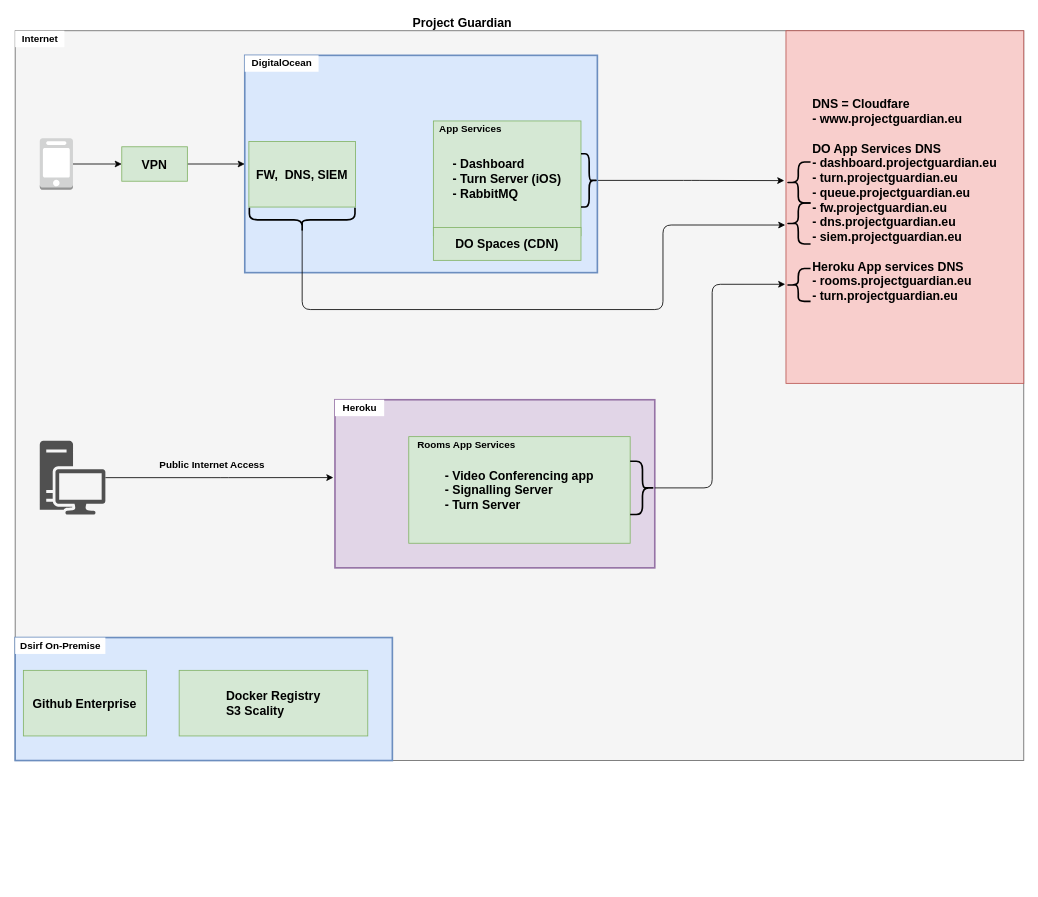
Above: project-guardian.drawio in Enekui/draw (draw.io), before the change. Source tidied: cells renumbered, new cells numbered last; positions are measured from the earlier drawing's top-left corner, leaving out a move shared by most shapes. Both pictures are drawn from the tidied source at 82%, with x=0, y=0 at pixel (15, 14).
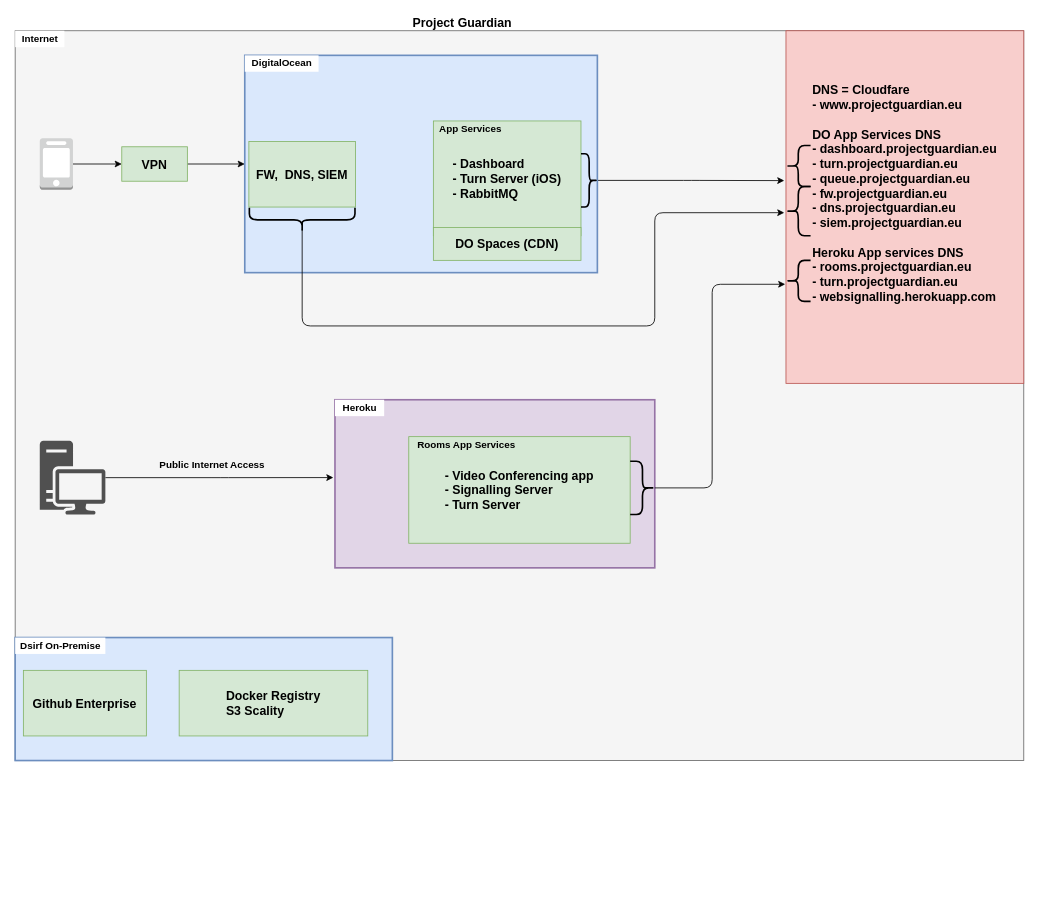
The same diagram, later.

Commit message:
add signalling server dns

Unchanged cells that the change refers to:
```xml
<mxCell id="37" style="shape=curlyBracket;whiteSpace=wrap;html=1;rounded=1;strokeWidth=2;fillColor=#ffffff;rotation=-90;" parent="28" vertex="1">
  <mxGeometry x="55.3" y="136.2" width="29.4" height="128.8" as="geometry" />
</mxCell>
```

Diff of the diagram source:
```diff
@@
-    <mxCell id="18" value="&lt;div style=&quot;text-align: justify&quot;&gt;&lt;b&gt;&lt;font style=&quot;font-size: 15px&quot;&gt;DNS = Cloudfare&lt;/font&gt;&lt;/b&gt;&lt;/div&gt;&lt;div style=&quot;text-align: justify&quot;&gt;&lt;b&gt;&lt;font&gt;&lt;span style=&quot;font-size: 15px&quot;&gt;- www.projectguardian.eu&lt;/span&gt;&lt;/font&gt;&lt;/b&gt;&lt;/div&gt;&lt;div style=&quot;text-align: justify&quot;&gt;&lt;b&gt;&lt;font&gt;&lt;span style=&quot;font-size: 15px&quot;&gt;&lt;br&gt;&lt;/span&gt;&lt;/font&gt;&lt;/b&gt;&lt;/div&gt;&lt;div style=&quot;text-align: justify&quot;&gt;&lt;b&gt;&lt;font&gt;&lt;span style=&quot;font-size: 15px&quot;&gt;DO App Services DNS&lt;/span&gt;&lt;/font&gt;&lt;/b&gt;&lt;/div&gt;&lt;div style=&quot;text-align: justify&quot;&gt;&lt;b&gt;&lt;font&gt;&lt;span style=&quot;font-size: 15px&quot;&gt;- dashboard.projectguardian.eu&lt;/span&gt;&lt;/font&gt;&lt;/b&gt;&lt;/div&gt;&lt;div style=&quot;text-align: justify&quot;&gt;&lt;div&gt;&lt;b&gt;&lt;span style=&quot;font-size: 15px&quot;&gt;- turn.projectguardian.eu&lt;/span&gt;&lt;/b&gt;&lt;/div&gt;&lt;/div&gt;&lt;div style=&quot;text-align: justify&quot;&gt;&lt;b&gt;&lt;font&gt;&lt;span style=&quot;font-size: 15px&quot;&gt;- queue.projectguardian.eu&lt;/span&gt;&lt;/font&gt;&lt;/b&gt;&lt;/div&gt;&lt;div style=&quot;text-align: justify&quot;&gt;&lt;b style=&quot;font-size: 15px&quot;&gt;- fw.projectguardian.eu&lt;/b&gt;&lt;br&gt;&lt;/div&gt;&lt;div style=&quot;text-align: justify&quot;&gt;&lt;span style=&quot;font-size: 15px&quot;&gt;&lt;b&gt;- dns.projectguardian.eu&lt;/b&gt;&lt;/span&gt;&lt;/div&gt;&lt;div style=&quot;text-align: justify&quot;&gt;&lt;span style=&quot;font-size: 15px&quot;&gt;&lt;b&gt;- siem.projectguardian.eu&lt;/b&gt;&lt;/span&gt;&lt;/div&gt;&lt;div style=&quot;text-align: justify&quot;&gt;&lt;b&gt;&lt;font&gt;&lt;span style=&quot;font-size: 15px&quot;&gt;&lt;br&gt;&lt;/span&gt;&lt;/font&gt;&lt;/b&gt;&lt;/div&gt;&lt;div style=&quot;text-align: justify&quot;&gt;&lt;b&gt;&lt;font&gt;&lt;span style=&quot;font-size: 15px&quot;&gt;Heroku App services DNS&lt;/span&gt;&lt;/font&gt;&lt;/b&gt;&lt;/div&gt;&lt;div style=&quot;text-align: justify&quot;&gt;&lt;b&gt;&lt;font&gt;&lt;span style=&quot;font-size: 15px&quot;&gt;- rooms.projectguardian.eu&lt;/span&gt;&lt;/font&gt;&lt;/b&gt;&lt;/div&gt;&lt;div style=&quot;text-align: justify&quot;&gt;&lt;div&gt;&lt;b&gt;&lt;span style=&quot;font-size: 15px&quot;&gt;- turn.projectguardian.eu&lt;/span&gt;&lt;/b&gt;&lt;/div&gt;&lt;div&gt;&lt;b&gt;&lt;span style=&quot;font-size: 15px&quot;&gt;&lt;br&gt;&lt;/span&gt;&lt;/b&gt;&lt;/div&gt;&lt;/div&gt;" style="whiteSpace=wrap;html=1;fillColor=#f8cecc;strokeColor=#b85450;" parent="1" vertex="1">
+    <mxCell id="18" value="&lt;div style=&quot;text-align: justify&quot;&gt;&lt;b&gt;&lt;font style=&quot;font-size: 15px&quot;&gt;DNS = Cloudfare&lt;/font&gt;&lt;/b&gt;&lt;/div&gt;&lt;div style=&quot;text-align: justify&quot;&gt;&lt;b&gt;&lt;font&gt;&lt;span style=&quot;font-size: 15px&quot;&gt;- www.projectguardian.eu&lt;/span&gt;&lt;/font&gt;&lt;/b&gt;&lt;/div&gt;&lt;div style=&quot;text-align: justify&quot;&gt;&lt;b&gt;&lt;font&gt;&lt;span style=&quot;font-size: 15px&quot;&gt;&lt;br&gt;&lt;/span&gt;&lt;/font&gt;&lt;/b&gt;&lt;/div&gt;&lt;div style=&quot;text-align: justify&quot;&gt;&lt;b&gt;&lt;font&gt;&lt;span style=&quot;font-size: 15px&quot;&gt;DO App Services DNS&lt;/span&gt;&lt;/font&gt;&lt;/b&gt;&lt;/div&gt;&lt;div style=&quot;text-align: justify&quot;&gt;&lt;b&gt;&lt;font&gt;&lt;span style=&quot;font-size: 15px&quot;&gt;- dashboard.projectguardian.eu&lt;/span&gt;&lt;/font&gt;&lt;/b&gt;&lt;/div&gt;&lt;div style=&quot;text-align: justify&quot;&gt;&lt;div&gt;&lt;b&gt;&lt;span style=&quot;font-size: 15px&quot;&gt;- turn.projectguardian.eu&lt;/span&gt;&lt;/b&gt;&lt;/div&gt;&lt;/div&gt;&lt;div style=&quot;text-align: justify&quot;&gt;&lt;b&gt;&lt;font&gt;&lt;span style=&quot;font-size: 15px&quot;&gt;- queue.projectguardian.eu&lt;/span&gt;&lt;/font&gt;&lt;/b&gt;&lt;/div&gt;&lt;div style=&quot;text-align: justify&quot;&gt;&lt;b style=&quot;font-size: 15px&quot;&gt;- fw.projectguardian.eu&lt;/b&gt;&lt;br&gt;&lt;/div&gt;&lt;div style=&quot;text-align: justify&quot;&gt;&lt;span style=&quot;font-size: 15px&quot;&gt;&lt;b&gt;- dns.projectguardian.eu&lt;/b&gt;&lt;/span&gt;&lt;/div&gt;&lt;div style=&quot;text-align: justify&quot;&gt;&lt;span style=&quot;font-size: 15px&quot;&gt;&lt;b&gt;- siem.projectguardian.eu&lt;/b&gt;&lt;/span&gt;&lt;/div&gt;&lt;div style=&quot;text-align: justify&quot;&gt;&lt;b&gt;&lt;font&gt;&lt;span style=&quot;font-size: 15px&quot;&gt;&lt;br&gt;&lt;/span&gt;&lt;/font&gt;&lt;/b&gt;&lt;/div&gt;&lt;div style=&quot;text-align: justify&quot;&gt;&lt;b&gt;&lt;font&gt;&lt;span style=&quot;font-size: 15px&quot;&gt;Heroku App services DNS&lt;/span&gt;&lt;/font&gt;&lt;/b&gt;&lt;/div&gt;&lt;div style=&quot;text-align: justify&quot;&gt;&lt;b&gt;&lt;font&gt;&lt;span style=&quot;font-size: 15px&quot;&gt;- rooms.projectguardian.eu&lt;/span&gt;&lt;/font&gt;&lt;/b&gt;&lt;/div&gt;&lt;div style=&quot;text-align: justify&quot;&gt;&lt;div&gt;&lt;b&gt;&lt;span style=&quot;font-size: 15px&quot;&gt;- turn.projectguardian.eu&lt;/span&gt;&lt;/b&gt;&lt;/div&gt;&lt;div&gt;&lt;b&gt;&lt;span style=&quot;font-size: 15px&quot;&gt;-&amp;nbsp;websignalling.herokuapp.com&lt;/span&gt;&lt;/b&gt;&lt;/div&gt;&lt;div&gt;&lt;br&gt;&lt;/div&gt;&lt;div&gt;&lt;b&gt;&lt;span style=&quot;font-size: 15px&quot;&gt;&lt;br&gt;&lt;/span&gt;&lt;/b&gt;&lt;/div&gt;&lt;/div&gt;" style="whiteSpace=wrap;html=1;fillColor=#f8cecc;strokeColor=#b85450;" parent="1" vertex="1">
       <mxGeometry x="940" y="20" width="290" height="430" as="geometry" />
     </mxCell>
@@
     <mxCell id="26" style="shape=curlyBracket;whiteSpace=wrap;html=1;rounded=1;strokeWidth=2;fillColor=#ffffff;" parent="1" vertex="1">
-      <mxGeometry x="940" y="180" width="30" height="50" as="geometry" />
+      <mxGeometry x="940" y="160" width="30" height="50" as="geometry" />
     </mxCell>
@@
     <mxCell id="38" style="shape=curlyBracket;whiteSpace=wrap;html=1;rounded=1;strokeWidth=2;fillColor=#ffffff;" parent="1" vertex="1">
-      <mxGeometry x="940" y="230" width="30" height="50" as="geometry" />
+      <mxGeometry x="940" y="210" width="30" height="60" as="geometry" />
     </mxCell>
-    <mxCell id="39" style="edgeStyle=orthogonalEdgeStyle;rounded=1;jettySize=auto;html=1;entryX=-0.003;entryY=0.551;entryDx=0;entryDy=0;entryPerimeter=0;exitX=0.1;exitY=0.5;exitDx=0;exitDy=0;exitPerimeter=0;fontStyle=1;" parent="1" edge="1" source="37" target="18">
-      <mxGeometry relative="1" as="geometry">
-        <Array as="points">
-          <mxPoint x="350" y="360" />
-          <mxPoint x="790" y="360" />
-          <mxPoint x="790" y="257" />
-        </Array>
-      </mxGeometry>
-    </mxCell>
     <mxCell id="40" style="shape=curlyBracket;whiteSpace=wrap;html=1;rounded=1;strokeWidth=2;fillColor=#ffffff;size=0.5;" parent="1" vertex="1">
-      <mxGeometry x="940" y="310" width="30" height="40" as="geometry" />
+      <mxGeometry x="940" y="300" width="30" height="50" as="geometry" />
     </mxCell>
@@
+    <mxCell id="39" style="edgeStyle=orthogonalEdgeStyle;rounded=1;jettySize=auto;html=1;exitX=0.1;exitY=0.5;exitDx=0;exitDy=0;exitPerimeter=0;entryX=-0.007;entryY=0.516;entryDx=0;entryDy=0;entryPerimeter=0;" parent="1" edge="1" source="37" target="18">
+      <mxGeometry relative="1" as="geometry">
+        <Array as="points">
+          <mxPoint x="350" y="380" />
+          <mxPoint x="780" y="380" />
+          <mxPoint x="780" y="242" />
+        </Array>
+      </mxGeometry>
+    </mxCell>
```
